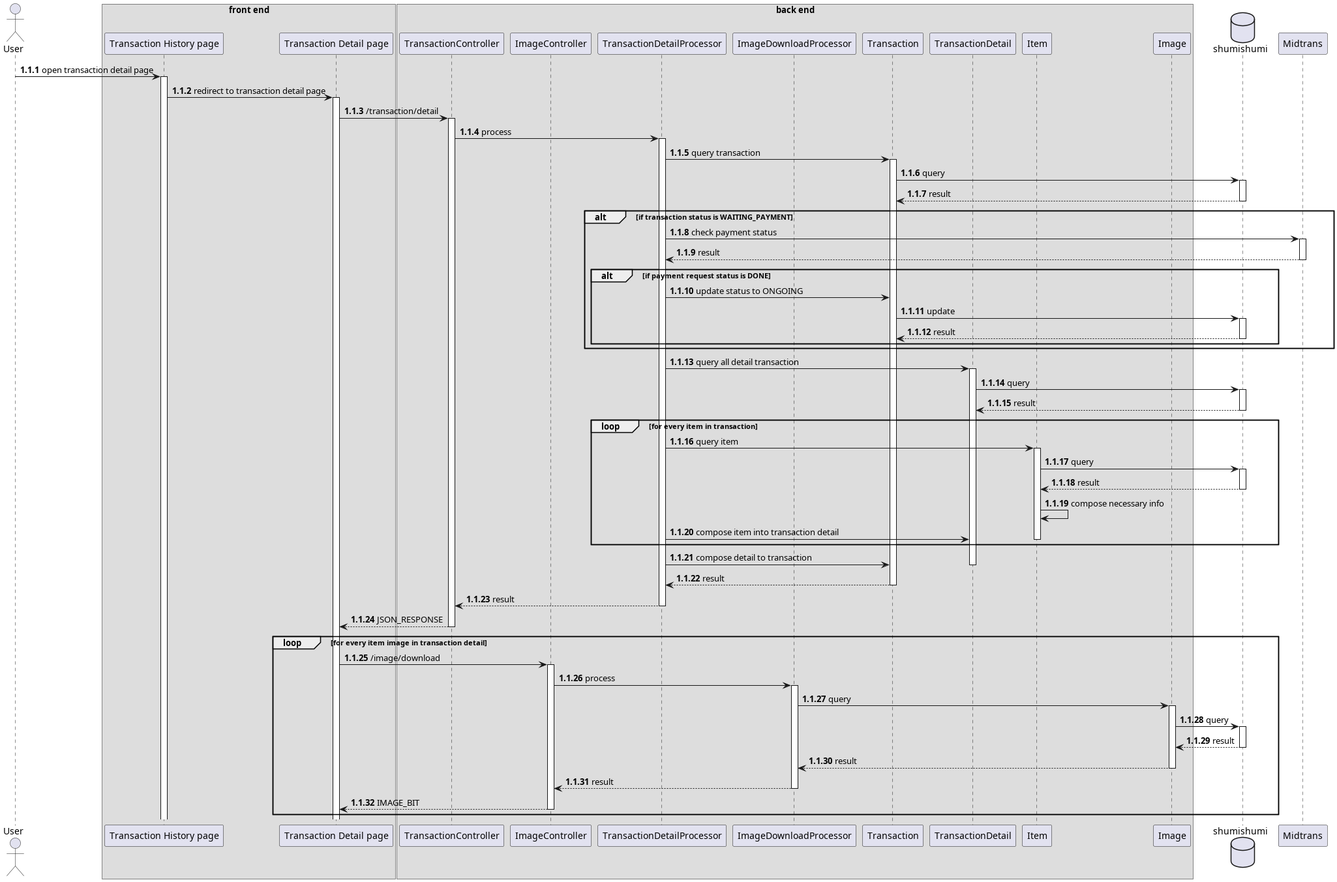
Above: thesis/latex/diagram/sequence diagram/15. transaction/view transaction detail/view transaction detail.png in aldihsuhandi/skripsi-2023 (PlantUML), before the change. The source it was exported from:
```plantuml
@startuml template
autonumber 1.1.1

actor User as u

box "front end"
participant "Transaction History page" as history
participant "Transaction Detail page" as detail
end box

box "back end"
participant TransactionController as tc
participant ImageController as imc

participant "TransactionDetailProcessor" as proc
participant ImageDownloadProcessor as downproc

participant Transaction as trx
participant TransactionDetail as trxd
participant Item as im
participant Image as img
end box

database shumishumi as db

participant Midtrans as mt

u -> history++ : open transaction detail page
history -> detail++ : redirect to transaction detail page
detail -> tc++ : /transaction/detail

tc -> proc++ : process
proc -> trx++ : query transaction
trx -> db++ : query
return result
alt if transaction status is WAITING_PAYMENT
    proc -> mt++ : check payment status
    return result
    alt if payment request status is DONE
        proc -> trx : update status to ONGOING
        trx -> db++ : update
        return result
    end
end

proc -> trxd++ : query all detail transaction
trxd -> db++ : query
return result

loop for every item in transaction
    proc -> im++ : query item
    im -> db++ : query
    return result
    im -> im : compose necessary info
    proc -> trxd : compose item into transaction detail
    deactivate im
end

proc -> trx : compose detail to transaction
deactivate trxd
return result
return result
return JSON_RESPONSE

loop for every item image in transaction detail
    detail -> imc++ : /image/download
    imc -> downproc++ : process
    downproc -> img++ : query
    img -> db++ : query
    return result
    return result
    return result
    return IMAGE_BIT
end

@enduml
```
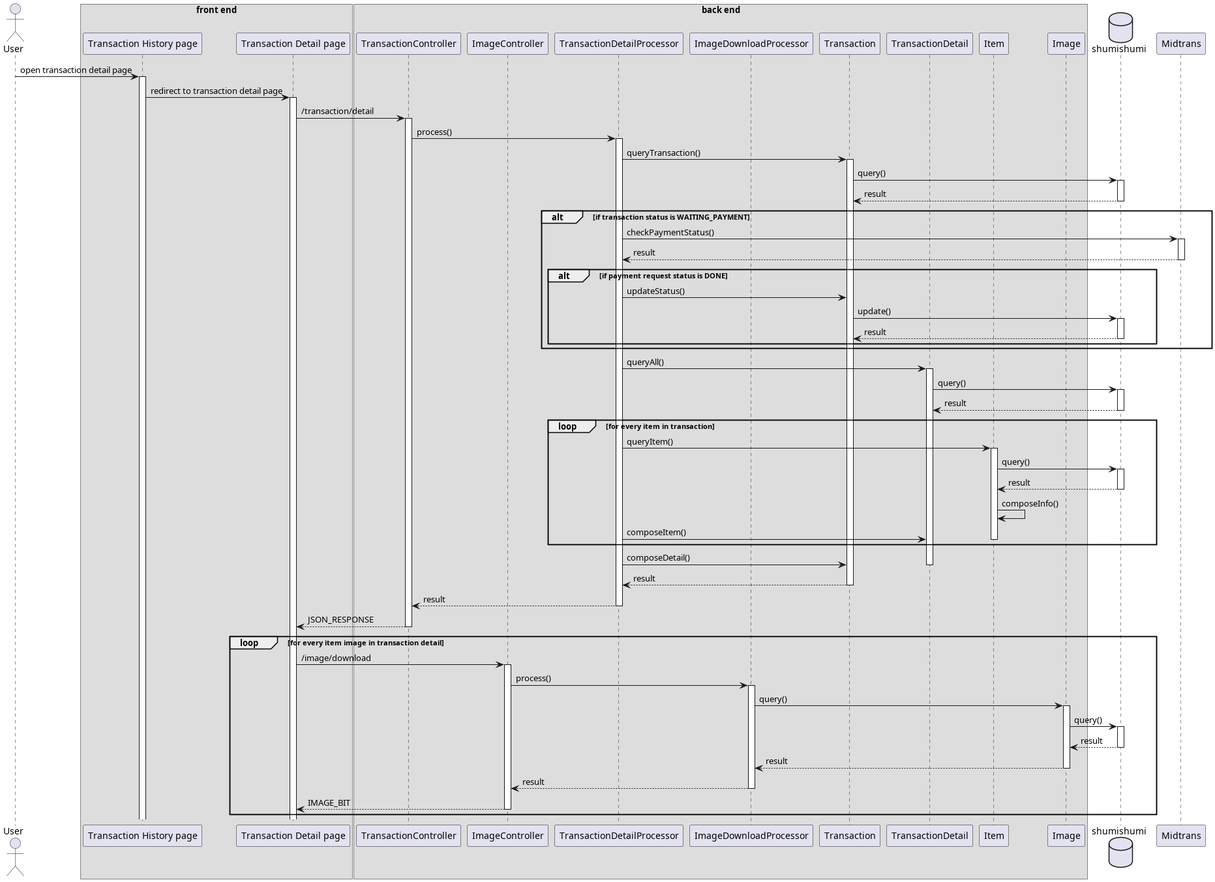
After the change.

What changed in the source:
```diff
@@ -1,5 +1,4 @@
 @startuml template
-autonumber 1.1.1
 
 actor User as u
 
@@ -29,34 +28,34 @@
 history -> detail++ : redirect to transaction detail page
 detail -> tc++ : /transaction/detail
 
-tc -> proc++ : process
-proc -> trx++ : query transaction
-trx -> db++ : query
+tc -> proc++ : process()
+proc -> trx++ : queryTransaction()
+trx -> db++ : query()
 return result
 alt if transaction status is WAITING_PAYMENT
-    proc -> mt++ : check payment status
+    proc -> mt++ : checkPaymentStatus()
     return result
     alt if payment request status is DONE
-        proc -> trx : update status to ONGOING
-        trx -> db++ : update
+        proc -> trx : updateStatus()
+        trx -> db++ : update()
         return result
     end
 end
 
-proc -> trxd++ : query all detail transaction
-trxd -> db++ : query
+proc -> trxd++ : queryAll()
+trxd -> db++ : query()
 return result
 
 loop for every item in transaction
-    proc -> im++ : query item
-    im -> db++ : query
+    proc -> im++ : queryItem()
+    im -> db++ : query()
     return result
-    im -> im : compose necessary info
-    proc -> trxd : compose item into transaction detail
+    im -> im : composeInfo()
+    proc -> trxd : composeItem()
     deactivate im
 end
 
-proc -> trx : compose detail to transaction
+proc -> trx : composeDetail()
 deactivate trxd
 return result
 return result
@@ -64,9 +63,9 @@
 
 loop for every item image in transaction detail
     detail -> imc++ : /image/download
-    imc -> downproc++ : process
-    downproc -> img++ : query
-    img -> db++ : query
+    imc -> downproc++ : process()
+    downproc -> img++ : query()
+    img -> db++ : query()
     return result
     return result
     return result
```
